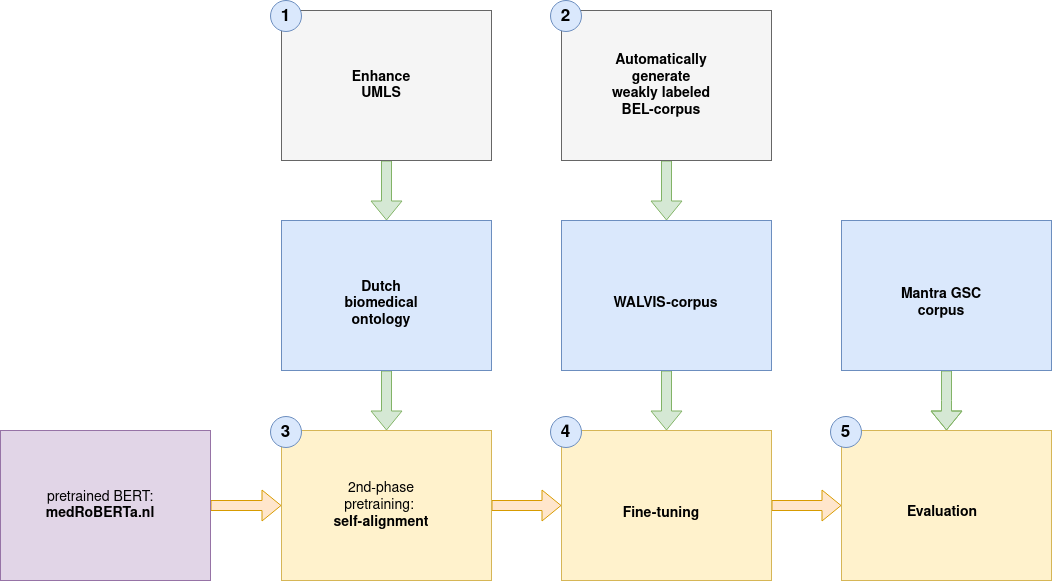
Earlier version of the draw.io export report/overview.png (fonshartendorp/dutch_biomedical_entity_linking). Source tidied: cells renumbered, new cells last; positions are measured from the earlier drawing's top-left corner, leaving out a move shared by most shapes.
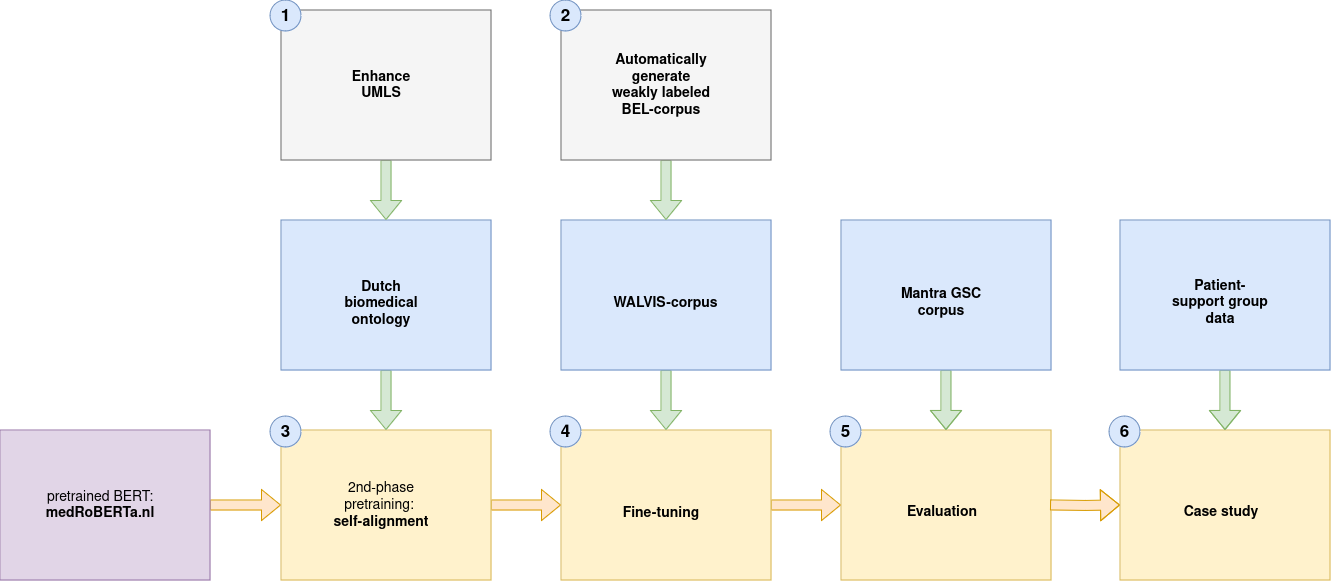
Later version of the same file.

Change to the diagram source:
```diff
@@ -97,5 +97,30 @@
     <mxCell id="32" value="&lt;font size=&quot;1&quot;&gt;&lt;b&gt;&lt;font style=&quot;font-size: 17px;&quot;&gt;5&lt;/font&gt;&lt;/b&gt;&lt;/font&gt;" style="ellipse;whiteSpace=wrap;html=1;fillColor=#dae8fc;strokeColor=#6c8ebf;" parent="1" vertex="1">
       <mxGeometry x="830" y="416" width="31" height="31" as="geometry" />
     </mxCell>
+    <mxCell id="33" style="edgeStyle=orthogonalEdgeStyle;shape=flexArrow;rounded=0;jettySize=auto;html=1;fillColor=#ffe6cc;strokeColor=#d79b00;" parent="1" edge="1" target="34">
+      <mxGeometry relative="1" as="geometry">
+        <mxPoint x="1050" y="505" as="sourcePoint" />
+      </mxGeometry>
+    </mxCell>
+    <mxCell id="34" style="rounded=0;whiteSpace=wrap;html=1;verticalAlign=top;fillColor=#fff2cc;strokeColor=#d6b656;" parent="1" vertex="1">
+      <mxGeometry x="1120" y="430" width="210" height="150" as="geometry" />
+    </mxCell>
+    <mxCell id="35" value="&lt;div style=&quot;font-size: 14px;&quot;&gt;&lt;br&gt;&lt;/div&gt;&lt;div style=&quot;font-size: 14px;&quot;&gt;&lt;b&gt;Case study&lt;br&gt;&lt;/b&gt;&lt;/div&gt;" style="text;strokeColor=none;align=center;fillColor=none;html=1;verticalAlign=middle;whiteSpace=wrap;rounded=0;" parent="1" vertex="1">
+      <mxGeometry x="1171" y="489" width="100" height="30" as="geometry" />
+    </mxCell>
+    <mxCell id="36" style="edgeStyle=orthogonalEdgeStyle;shape=flexArrow;rounded=0;jettySize=auto;html=1;fillColor=#d5e8d4;strokeColor=#82b366;" parent="1" edge="1" source="37">
+      <mxGeometry relative="1" as="geometry">
+        <mxPoint x="1225" y="430" as="targetPoint" />
+      </mxGeometry>
+    </mxCell>
+    <mxCell id="37" style="rounded=0;whiteSpace=wrap;html=1;verticalAlign=top;fillColor=#dae8fc;strokeColor=#6c8ebf;" parent="1" vertex="1">
+      <mxGeometry x="1120" y="220" width="210" height="150" as="geometry" />
+    </mxCell>
+    <mxCell id="38" value="&lt;div style=&quot;font-size: 14px;&quot;&gt;&lt;br&gt;&lt;/div&gt;&lt;div style=&quot;font-size: 14px;&quot;&gt;&lt;b&gt;Patient-support group data&lt;br&gt;&lt;/b&gt;&lt;/div&gt;" style="text;strokeColor=none;align=center;fillColor=none;html=1;verticalAlign=middle;whiteSpace=wrap;rounded=0;" parent="1" vertex="1">
+      <mxGeometry x="1170" y="279" width="100" height="30" as="geometry" />
+    </mxCell>
+    <mxCell id="39" value="&lt;font size=&quot;1&quot;&gt;&lt;b&gt;&lt;font style=&quot;font-size: 17px;&quot;&gt;6&lt;/font&gt;&lt;/b&gt;&lt;/font&gt;" style="ellipse;whiteSpace=wrap;html=1;fillColor=#dae8fc;strokeColor=#6c8ebf;" parent="1" vertex="1">
+      <mxGeometry x="1109" y="416" width="31" height="31" as="geometry" />
+    </mxCell>
   </root>
 </mxGraphModel>
```
